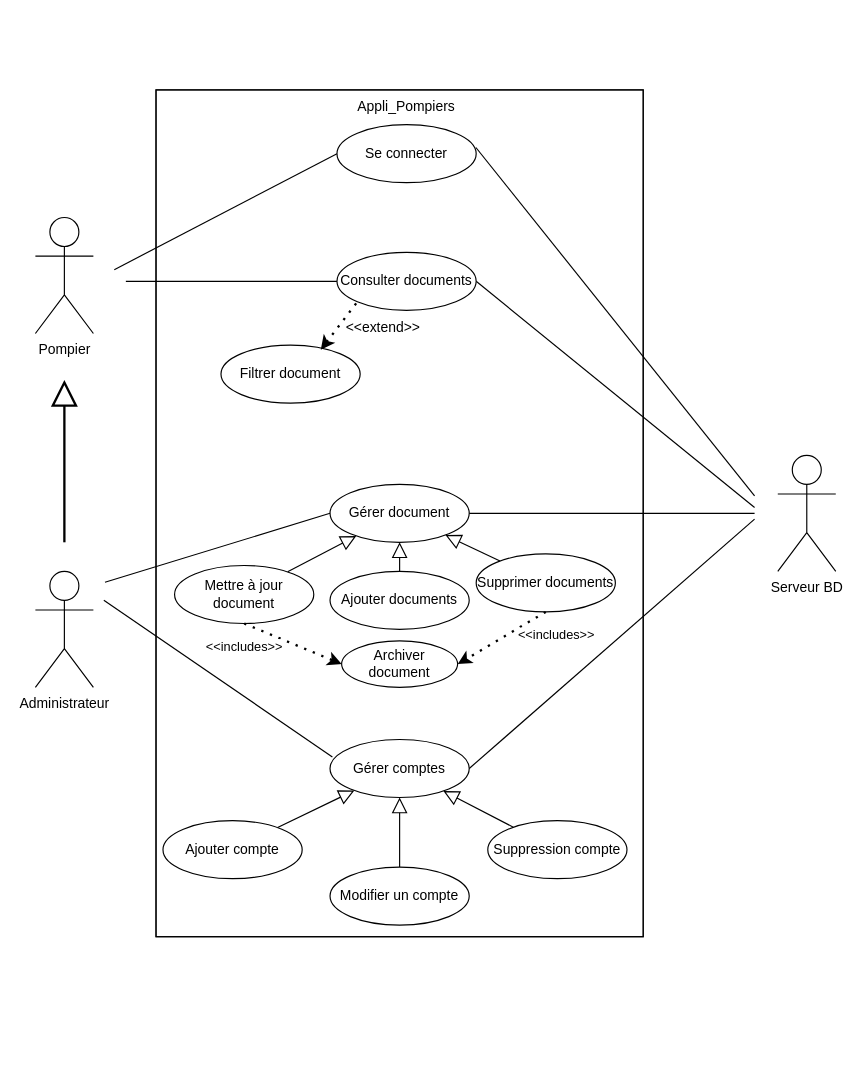
DorianLudm/Appli_Pompiers keeps this draw.io diagram as page "CU complexe" (2 of 2) of CasUtilisation.drawio. Above is the earlier version. Source tidied: cells renumbered, new cells numbered last; positions are measured from the earlier drawing's top-left corner, leaving out a move shared by most shapes. Both pictures are drawn from the tidied source at 116%, with x=0, y=0 at pixel (35, 89).
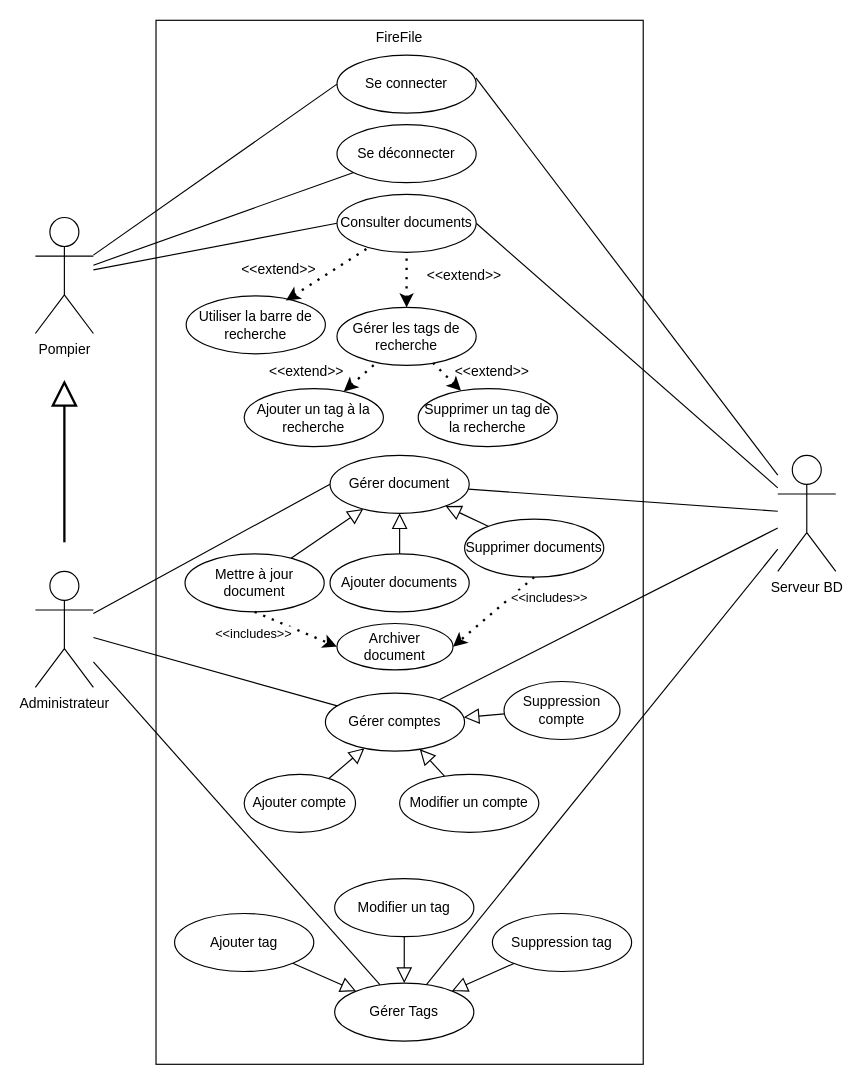
After the change.

Unchanged cells that the change refers to:
```xml
<mxCell id="3" value="Pompier" style="shape=umlActor;verticalLabelPosition=bottom;verticalAlign=top;html=1;outlineConnect=0;" parent="1" vertex="1">
  <mxGeometry y="110" width="50" height="100" as="geometry" />
</mxCell>
<mxCell id="5" value="Administrateur" style="shape=umlActor;verticalLabelPosition=bottom;verticalAlign=top;html=1;outlineConnect=0;" parent="1" vertex="1">
  <mxGeometry y="415" width="50" height="100" as="geometry" />
</mxCell>
<mxCell id="12" value="Serveur BD" style="shape=umlActor;verticalLabelPosition=bottom;verticalAlign=top;html=1;outlineConnect=0;" parent="1" vertex="1">
  <mxGeometry x="640" y="315" width="50" height="100" as="geometry" />
</mxCell>
```

Diff of the diagram source:
```diff
@@
-    <mxCell id="2" style="rounded=0;whiteSpace=wrap;html=1;fillColor=none;" parent="1" vertex="1">
-      <mxGeometry x="104" width="420" height="730" as="geometry" />
-    </mxCell>
@@
-    <mxCell id="4" style="edgeStyle=orthogonalEdgeStyle;rounded=0;orthogonalLoop=1;jettySize=auto;html=1;endArrow=block;endFill=0;jumpSize=10;strokeWidth=2;targetPerimeterSpacing=0;endSize=18;" parent="1" edge="1">
-      <mxGeometry relative="1" as="geometry">
-        <mxPoint x="25" y="390" as="sourcePoint" />
-        <mxPoint x="25" y="250" as="targetPoint" />
-      </mxGeometry>
-    </mxCell>
+    <mxCell id="39" style="edgeStyle=orthogonalEdgeStyle;rounded=0;orthogonalLoop=1;jettySize=auto;html=1;endArrow=block;endFill=0;jumpSize=10;strokeWidth=2;targetPerimeterSpacing=0;endSize=18;" parent="1" edge="1">
+      <mxGeometry relative="1" as="geometry">
+        <mxPoint x="25" y="390" as="sourcePoint" />
+        <mxPoint x="25" y="250" as="targetPoint" />
+      </mxGeometry>
+    </mxCell>
@@
-    <mxCell id="6" style="rounded=0;whiteSpace=wrap;html=1;fillColor=none;" parent="1" vertex="1">
-      <mxGeometry x="104" width="420" height="730" as="geometry" />
-    </mxCell>
-    <mxCell id="7" style="endArrow=none;html=1;rounded=0;exitX=1;exitY=0.5;exitDx=0;exitDy=0;entryX=0;entryY=0.5;entryDx=0;entryDy=0;" parent="1" edge="1" target="14">
-      <mxGeometry relative="1" as="geometry">
-        <mxPoint x="78" y="165" as="sourcePoint" />
-      </mxGeometry>
-    </mxCell>
-    <mxCell id="8" style="endArrow=none;html=1;rounded=0;exitX=1;exitY=0.5;exitDx=0;exitDy=0;" parent="1" edge="1" source="14">
-      <mxGeometry relative="1" as="geometry">
-        <mxPoint x="620" y="360" as="targetPoint" />
-      </mxGeometry>
-    </mxCell>
+    <mxCell id="40" style="rounded=0;whiteSpace=wrap;html=1;fillColor=none;" parent="1" vertex="1">
+      <mxGeometry x="104" y="-60" width="420" height="900" as="geometry" />
+    </mxCell>
+    <mxCell id="41" style="endArrow=none;html=1;rounded=0;entryX=0;entryY=0.5;entryDx=0;entryDy=0;" parent="1" edge="1" source="3" target="14">
+      <mxGeometry relative="1" as="geometry" />
+    </mxCell>
+    <mxCell id="42" style="endArrow=none;html=1;rounded=0;exitX=1;exitY=0.5;exitDx=0;exitDy=0;" parent="1" edge="1" source="14" target="12">
+      <mxGeometry relative="1" as="geometry" />
+    </mxCell>
     <mxCell id="9" value="Se connecter" style="ellipse;whiteSpace=wrap;html=1;" parent="1" vertex="1">
-      <mxGeometry x="260" y="30" width="120" height="50" as="geometry" />
+      <mxGeometry x="260" y="-30" width="120" height="50" as="geometry" />
     </mxCell>
     <mxCell id="10" value="Gérer document" style="ellipse;whiteSpace=wrap;html=1;" parent="1" vertex="1">
-      <mxGeometry x="254" y="340" width="120" height="50" as="geometry" />
+      <mxGeometry x="254" y="315" width="120" height="50" as="geometry" />
     </mxCell>
-    <mxCell id="11" value="Appli_Pompiers" style="text;html=1;strokeColor=none;fillColor=none;align=center;verticalAlign=middle;whiteSpace=wrap;rounded=0;" parent="1" vertex="1">
-      <mxGeometry x="270" width="100" height="30" as="geometry" />
-    </mxCell>
+    <mxCell id="43" value="FireFile" style="text;html=1;strokeColor=none;fillColor=none;align=center;verticalAlign=middle;whiteSpace=wrap;rounded=0;" parent="1" vertex="1">
+      <mxGeometry x="264" y="-60" width="100" height="30" as="geometry" />
+    </mxCell>
@@
-    <mxCell id="13" style="endArrow=none;html=1;rounded=0;exitX=0.998;exitY=0.393;exitDx=0;exitDy=0;exitPerimeter=0;" parent="1" edge="1" source="9">
-      <mxGeometry relative="1" as="geometry">
-        <mxPoint x="620" y="350" as="targetPoint" />
-      </mxGeometry>
-    </mxCell>
+    <mxCell id="44" style="endArrow=none;html=1;rounded=0;exitX=0.998;exitY=0.393;exitDx=0;exitDy=0;exitPerimeter=0;" parent="1" edge="1" source="9" target="12">
+      <mxGeometry relative="1" as="geometry" />
+    </mxCell>
     <mxCell id="14" value="Consulter documents" style="ellipse;whiteSpace=wrap;html=1;" parent="1" vertex="1">
-      <mxGeometry x="260" y="140" width="120" height="50" as="geometry" />
+      <mxGeometry x="260" y="90" width="120" height="50" as="geometry" />
     </mxCell>
-    <mxCell id="15" style="endArrow=none;html=1;rounded=0;exitX=1;exitY=0.5;exitDx=0;exitDy=0;entryX=0;entryY=0.5;entryDx=0;entryDy=0;" parent="1" edge="1" target="9">
-      <mxGeometry relative="1" as="geometry">
-        <mxPoint x="68" y="155" as="sourcePoint" />
-      </mxGeometry>
-    </mxCell>
+    <mxCell id="45" style="endArrow=none;html=1;rounded=0;entryX=0;entryY=0.5;entryDx=0;entryDy=0;" parent="1" edge="1" source="3" target="9">
+      <mxGeometry relative="1" as="geometry" />
+    </mxCell>
     <mxCell id="16" value="Ajouter documents" style="ellipse;whiteSpace=wrap;html=1;" parent="1" vertex="1">
-      <mxGeometry x="254" y="415" width="120" height="50" as="geometry" />
+      <mxGeometry x="254" y="400" width="120" height="50" as="geometry" />
     </mxCell>
     <mxCell id="17" value="Supprimer documents" style="ellipse;whiteSpace=wrap;html=1;" parent="1" vertex="1">
-      <mxGeometry x="380" y="400" width="120" height="50" as="geometry" />
+      <mxGeometry x="370" y="370" width="120" height="50" as="geometry" />
     </mxCell>
     <mxCell id="18" value="Gérer comptes" style="ellipse;whiteSpace=wrap;html=1;" parent="1" vertex="1">
-      <mxGeometry x="254" y="560" width="120" height="50" as="geometry" />
+      <mxGeometry x="250" y="520" width="120" height="50" as="geometry" />
     </mxCell>
     <mxCell id="19" value="Ajouter compte" style="ellipse;whiteSpace=wrap;html=1;" parent="1" vertex="1">
-      <mxGeometry x="110" y="630" width="120" height="50" as="geometry" />
+      <mxGeometry x="180" y="590" width="96" height="50" as="geometry" />
     </mxCell>
     <mxCell id="20" value="Modifier un compte" style="ellipse;whiteSpace=wrap;html=1;" parent="1" vertex="1">
-      <mxGeometry x="254" y="670" width="120" height="50" as="geometry" />
+      <mxGeometry x="314" y="590" width="120" height="50" as="geometry" />
     </mxCell>
     <mxCell id="21" value="Suppression compte" style="ellipse;whiteSpace=wrap;html=1;" parent="1" vertex="1">
-      <mxGeometry x="390" y="630" width="120" height="50" as="geometry" />
+      <mxGeometry x="404" y="510" width="100" height="50" as="geometry" />
     </mxCell>
-    <mxCell id="22" value="Filtrer document" style="ellipse;whiteSpace=wrap;html=1;" parent="1" vertex="1">
-      <mxGeometry x="160" y="220" width="120" height="50" as="geometry" />
-    </mxCell>
+    <mxCell id="46" value="Utiliser la barre de recherche" style="ellipse;whiteSpace=wrap;html=1;" parent="1" vertex="1">
+      <mxGeometry x="130" y="177.5" width="120" height="50" as="geometry" />
+    </mxCell>
     <mxCell id="23" value="Mettre à jour document" style="ellipse;whiteSpace=wrap;html=1;" parent="1" vertex="1">
-      <mxGeometry x="120" y="410" width="120" height="50" as="geometry" />
+      <mxGeometry x="129" y="400" width="120" height="50" as="geometry" />
     </mxCell>
-    <mxCell id="24" style="endArrow=none;dashed=1;html=1;dashPattern=1 3;strokeWidth=2;rounded=0;entryX=0;entryY=1;entryDx=0;entryDy=0;exitX=0.717;exitY=0.08;exitDx=0;exitDy=0;exitPerimeter=0;startArrow=classic;startFill=1;" parent="1" edge="1" source="22" target="14">
-      <mxGeometry relative="1" as="geometry" />
-    </mxCell>
-    <mxCell id="25" style="endArrow=none;html=1;rounded=0;exitX=1;exitY=0.5;exitDx=0;exitDy=0;entryX=0;entryY=0.5;entryDx=0;entryDy=0;" parent="1" edge="1" target="10">
-      <mxGeometry relative="1" as="geometry">
-        <mxPoint x="60" y="424.5" as="sourcePoint" />
-      </mxGeometry>
-    </mxCell>
-    <mxCell id="26" style="endArrow=none;html=1;rounded=0;exitX=1;exitY=0.5;exitDx=0;exitDy=0;entryX=0.017;entryY=0.3;entryDx=0;entryDy=0;entryPerimeter=0;" parent="1" edge="1" target="18">
-      <mxGeometry relative="1" as="geometry">
-        <mxPoint x="59" y="440" as="sourcePoint" />
-      </mxGeometry>
-    </mxCell>
-    <mxCell id="27" value="&amp;lt;&amp;lt;extend&amp;gt;&amp;gt;" style="text;html=1;strokeColor=none;fillColor=none;align=center;verticalAlign=middle;whiteSpace=wrap;rounded=0;" parent="1" vertex="1">
-      <mxGeometry x="270" y="190" width="60" height="30" as="geometry" />
-    </mxCell>
+    <mxCell id="47" style="endArrow=none;dashed=1;html=1;dashPattern=1 3;strokeWidth=2;rounded=0;exitX=0.717;exitY=0.08;exitDx=0;exitDy=0;exitPerimeter=0;startArrow=classic;startFill=1;" parent="1" edge="1" source="46" target="14">
+      <mxGeometry relative="1" as="geometry" />
+    </mxCell>
+    <mxCell id="48" style="endArrow=none;html=1;rounded=0;entryX=0;entryY=0.5;entryDx=0;entryDy=0;" parent="1" edge="1" source="5" target="10">
+      <mxGeometry relative="1" as="geometry" />
+    </mxCell>
+    <mxCell id="49" style="endArrow=none;html=1;rounded=0;" parent="1" edge="1" source="5" target="18">
+      <mxGeometry relative="1" as="geometry" />
+    </mxCell>
+    <mxCell id="50" value="&amp;lt;&amp;lt;extend&amp;gt;&amp;gt;" style="text;html=1;strokeColor=none;fillColor=none;align=center;verticalAlign=middle;whiteSpace=wrap;rounded=0;" parent="1" vertex="1">
+      <mxGeometry x="180" y="140" width="60" height="30" as="geometry" />
+    </mxCell>
@@
-    <mxCell id="34" style="endArrow=none;html=1;rounded=0;exitX=1;exitY=0.5;exitDx=0;exitDy=0;" parent="1" edge="1">
-      <mxGeometry relative="1" as="geometry">
-        <mxPoint x="374" y="365" as="sourcePoint" />
-        <mxPoint x="620" y="365" as="targetPoint" />
-      </mxGeometry>
-    </mxCell>
-    <mxCell id="35" style="endArrow=none;html=1;rounded=0;exitX=1;exitY=0.5;exitDx=0;exitDy=0;" parent="1" edge="1">
-      <mxGeometry relative="1" as="geometry">
-        <mxPoint x="374" y="585" as="sourcePoint" />
-        <mxPoint x="620" y="370" as="targetPoint" />
-      </mxGeometry>
-    </mxCell>
+    <mxCell id="51" style="endArrow=none;html=1;rounded=0;" parent="1" edge="1" source="10" target="12">
+      <mxGeometry relative="1" as="geometry" />
+    </mxCell>
+    <mxCell id="52" style="endArrow=none;html=1;rounded=0;" parent="1" edge="1" source="18" target="12">
+      <mxGeometry relative="1" as="geometry" />
+    </mxCell>
@@
     <mxCell id="38" value="Archiver document" style="ellipse;whiteSpace=wrap;html=1;" parent="1" vertex="1">
-      <mxGeometry x="264" y="475" width="100" height="40" as="geometry" />
+      <mxGeometry x="260" y="460" width="100" height="40" as="geometry" />
     </mxCell>
+    <mxCell id="53" value="Gérer les tags de recherche" style="ellipse;whiteSpace=wrap;html=1;" parent="1" vertex="1">
+      <mxGeometry x="260" y="187.5" width="120" height="50" as="geometry" />
+    </mxCell>
+    <mxCell id="54" style="endArrow=none;dashed=1;html=1;dashPattern=1 3;strokeWidth=2;rounded=0;startArrow=classic;startFill=1;" parent="1" edge="1" source="53" target="14">
+      <mxGeometry relative="1" as="geometry" />
+    </mxCell>
+    <mxCell id="55" value="&amp;lt;&amp;lt;extend&amp;gt;&amp;gt;" style="text;html=1;strokeColor=none;fillColor=none;align=center;verticalAlign=middle;whiteSpace=wrap;rounded=0;" parent="1" vertex="1">
+      <mxGeometry x="340" y="145" width="60" height="30" as="geometry" />
+    </mxCell>
+    <mxCell id="56" value="Ajouter un tag à la recherche" style="ellipse;whiteSpace=wrap;html=1;" parent="1" vertex="1">
+      <mxGeometry x="180" y="257.5" width="120" height="50" as="geometry" />
+    </mxCell>
+    <mxCell id="57" style="endArrow=none;dashed=1;html=1;dashPattern=1 3;strokeWidth=2;rounded=0;startArrow=classic;startFill=1;" parent="1" edge="1" source="56" target="53">
+      <mxGeometry relative="1" as="geometry" />
+    </mxCell>
+    <mxCell id="58" value="&amp;lt;&amp;lt;extend&amp;gt;&amp;gt;" style="text;html=1;strokeColor=none;fillColor=none;align=center;verticalAlign=middle;whiteSpace=wrap;rounded=0;" parent="1" vertex="1">
+      <mxGeometry x="204" y="227.5" width="60" height="30" as="geometry" />
+    </mxCell>
+    <mxCell id="59" value="Supprimer un tag de la recherche" style="ellipse;whiteSpace=wrap;html=1;" parent="1" vertex="1">
+      <mxGeometry x="330" y="257.5" width="120" height="50" as="geometry" />
+    </mxCell>
+    <mxCell id="60" style="endArrow=none;dashed=1;html=1;dashPattern=1 3;strokeWidth=2;rounded=0;startArrow=classic;startFill=1;" parent="1" edge="1" source="59" target="53">
+      <mxGeometry relative="1" as="geometry" />
+    </mxCell>
+    <mxCell id="61" value="&amp;lt;&amp;lt;extend&amp;gt;&amp;gt;" style="text;html=1;strokeColor=none;fillColor=none;align=center;verticalAlign=middle;whiteSpace=wrap;rounded=0;" parent="1" vertex="1">
+      <mxGeometry x="364" y="227.5" width="60" height="30" as="geometry" />
+    </mxCell>
+    <mxCell id="62" value="Gérer Tags" style="ellipse;whiteSpace=wrap;html=1;" parent="1" vertex="1">
+      <mxGeometry x="258" y="770" width="120" height="50" as="geometry" />
+    </mxCell>
+    <mxCell id="63" value="Ajouter tag" style="ellipse;whiteSpace=wrap;html=1;" parent="1" vertex="1">
+      <mxGeometry x="120" y="710" width="120" height="50" as="geometry" />
+    </mxCell>
+    <mxCell id="64" value="Modifier un tag" style="ellipse;whiteSpace=wrap;html=1;" parent="1" vertex="1">
+      <mxGeometry x="258" y="680" width="120" height="50" as="geometry" />
+    </mxCell>
+    <mxCell id="65" value="Suppression tag" style="ellipse;whiteSpace=wrap;html=1;" parent="1" vertex="1">
+      <mxGeometry x="394" y="710" width="120" height="50" as="geometry" />
+    </mxCell>
+    <mxCell id="66" style="endArrow=block;endSize=11;endFill=0;html=1;rounded=0;" parent="1" edge="1" source="65" target="62">
+      <mxGeometry relative="1" as="geometry" />
+    </mxCell>
+    <mxCell id="67" style="endArrow=block;endSize=11;endFill=0;html=1;rounded=0;" parent="1" edge="1" source="63" target="62">
+      <mxGeometry relative="1" as="geometry" />
+    </mxCell>
+    <mxCell id="68" style="endArrow=block;endSize=11;endFill=0;html=1;rounded=0;" parent="1" edge="1" source="64" target="62">
+      <mxGeometry relative="1" as="geometry" />
+    </mxCell>
+    <mxCell id="69" style="endArrow=none;html=1;rounded=0;" parent="1" edge="1" source="5" target="62">
+      <mxGeometry relative="1" as="geometry" />
+    </mxCell>
+    <mxCell id="70" style="endArrow=none;html=1;rounded=0;" parent="1" edge="1" source="62" target="12">
+      <mxGeometry relative="1" as="geometry" />
+    </mxCell>
+    <mxCell id="71" value="Se déconnecter" style="ellipse;whiteSpace=wrap;html=1;" parent="1" vertex="1">
+      <mxGeometry x="260" y="30" width="120" height="50" as="geometry" />
+    </mxCell>
+    <mxCell id="72" style="endArrow=none;html=1;rounded=0;" parent="1" edge="1" source="3" target="71">
+      <mxGeometry relative="1" as="geometry" />
+    </mxCell>
```
